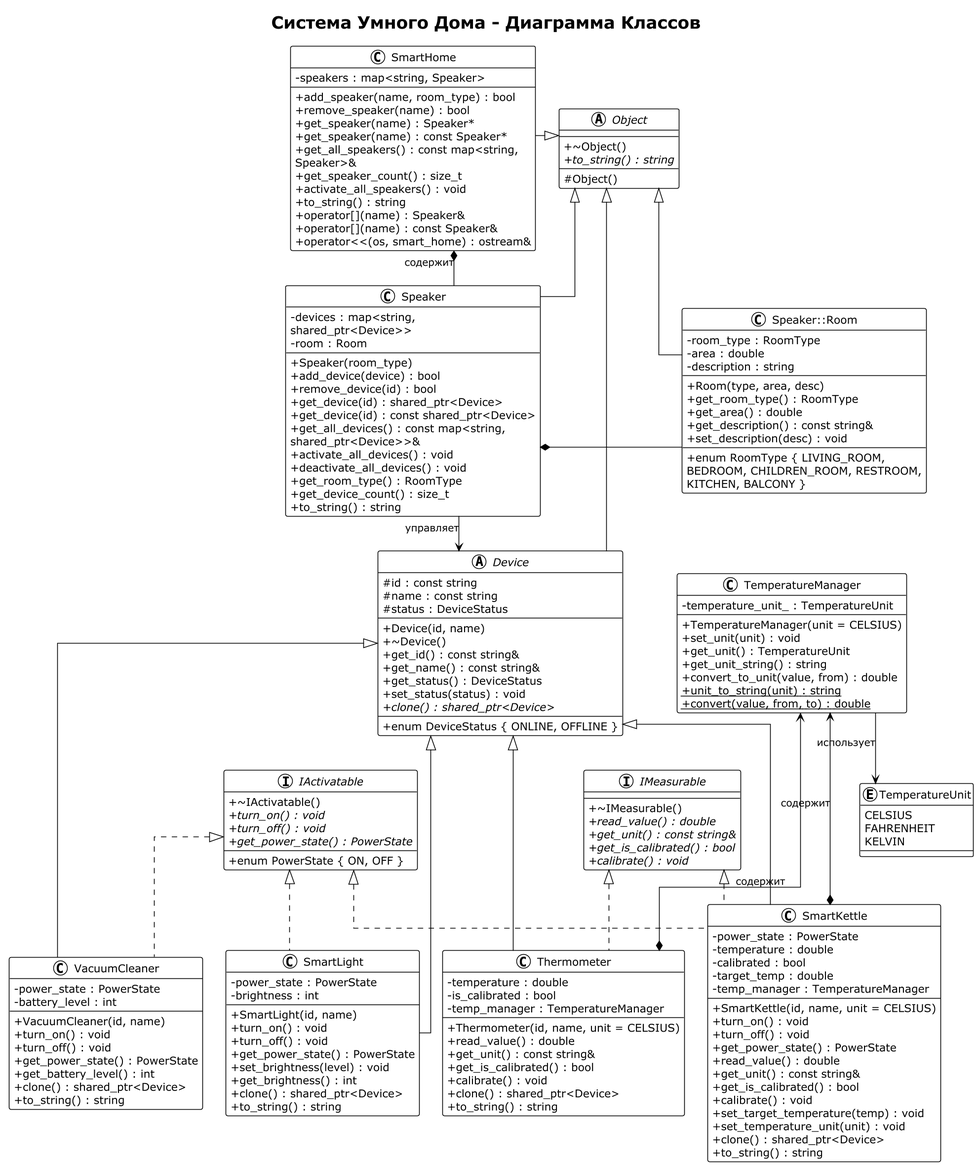
Above: docs/SmartHouse_ClassDiagram.png in abigotado/smart-house (PlantUML), before the change.
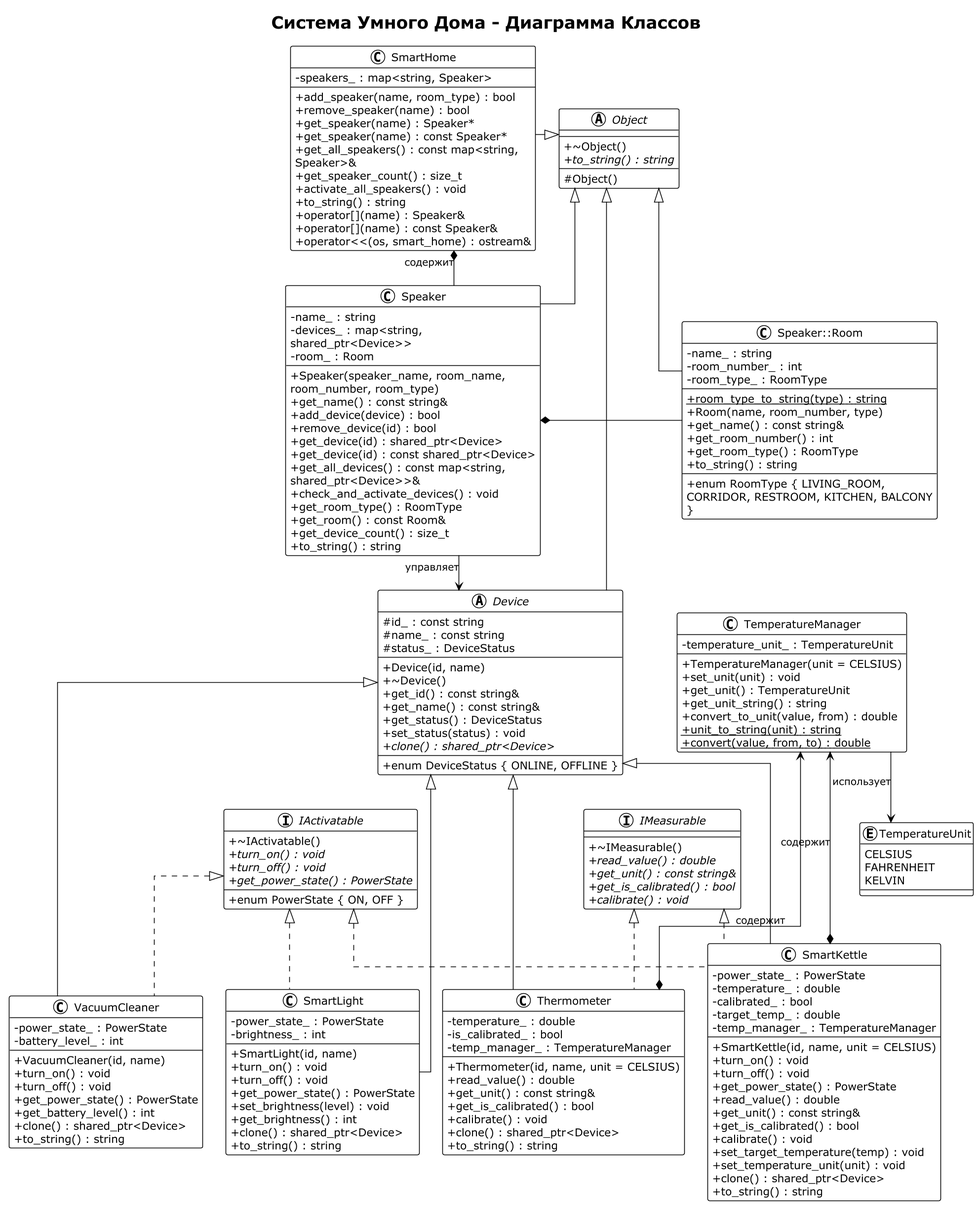
After the change.

Commit message:
feature(app): add speaker header + enhance code

The edit, as a diff of the source:
```diff
@@ -15,7 +15,7 @@
 title "Система Умного Дома - Диаграмма Классов"
 
 class SmartHome {
-    - speakers : map<string, Speaker>
+    - speakers_ : map<string, Speaker>
     --
     + add_speaker(name, room_type) : bool
     + remove_speaker(name) : bool
@@ -31,40 +31,43 @@
 }
 
 class Speaker {
-    - devices : map<string, shared_ptr<Device>>
-    - room : Room
+    - name_ : string
+    - devices_ : map<string, shared_ptr<Device>>
+    - room_ : Room
     --
-    + Speaker(room_type)
+    + Speaker(speaker_name, room_name, room_number, room_type)
+    + get_name() : const string&
     + add_device(device) : bool
     + remove_device(id) : bool
     + get_device(id) : shared_ptr<Device>
     + get_device(id) : const shared_ptr<Device>
     + get_all_devices() : const map<string, shared_ptr<Device>>&
-    + activate_all_devices() : void
-    + deactivate_all_devices() : void
+    + check_and_activate_devices() : void
     + get_room_type() : RoomType
+    + get_room() : const Room&
     + get_device_count() : size_t
     + to_string() : string
 }
 
 class "Speaker::Room" as Room {
-    - room_type : RoomType
-    - area : double
-    - description : string
+    - name_ : string
+    - room_number_ : int
+    - room_type_ : RoomType
     --
-    + Room(type, area, desc)
+    + {static} room_type_to_string(type) : string
+    + Room(name, room_number, type)
+    + get_name() : const string&
+    + get_room_number() : int
     + get_room_type() : RoomType
-    + get_area() : double
-    + get_description() : const string&
-    + set_description(desc) : void
+    + to_string() : string
     --
-    + enum RoomType { LIVING_ROOM, BEDROOM, CHILDREN_ROOM, RESTROOM, KITCHEN, BALCONY }
+    + enum RoomType { LIVING_ROOM, CORRIDOR, RESTROOM, KITCHEN, BALCONY }
 }
 
 abstract class Device {
-    # id : const string
-    # name : const string
-    # status : DeviceStatus
+    # id_ : const string
+    # name_ : const string
+    # status_ : DeviceStatus
     --
     + Device(id, name)
     + ~Device()
@@ -123,8 +126,8 @@
 
 
 class VacuumCleaner {
-    - power_state : PowerState
-    - battery_level : int
+    - power_state_ : PowerState
+    - battery_level_ : int
     --
     + VacuumCleaner(id, name)
     + turn_on() : void
@@ -136,8 +139,8 @@
 }
 
 class SmartLight {
-    - power_state : PowerState
-    - brightness : int
+    - power_state_ : PowerState
+    - brightness_ : int
     --
     + SmartLight(id, name)
     + turn_on() : void
@@ -150,9 +153,9 @@
 }
 
 class Thermometer {
-    - temperature : double
-    - is_calibrated : bool
-    - temp_manager : TemperatureManager
+    - temperature_ : double
+    - is_calibrated_ : bool
+    - temp_manager_ : TemperatureManager
     --
     + Thermometer(id, name, unit = CELSIUS)
     + read_value() : double
@@ -164,11 +167,11 @@
 }
 
 class SmartKettle {
-    - power_state : PowerState
-    - temperature : double
-    - calibrated : bool
-    - target_temp : double
-    - temp_manager : TemperatureManager
+    - power_state_ : PowerState
+    - temperature_ : double
+    - calibrated_ : bool
+    - target_temp_ : double
+    - temp_manager_ : TemperatureManager
     --
     + SmartKettle(id, name, unit = CELSIUS)
     + turn_on() : void
```
